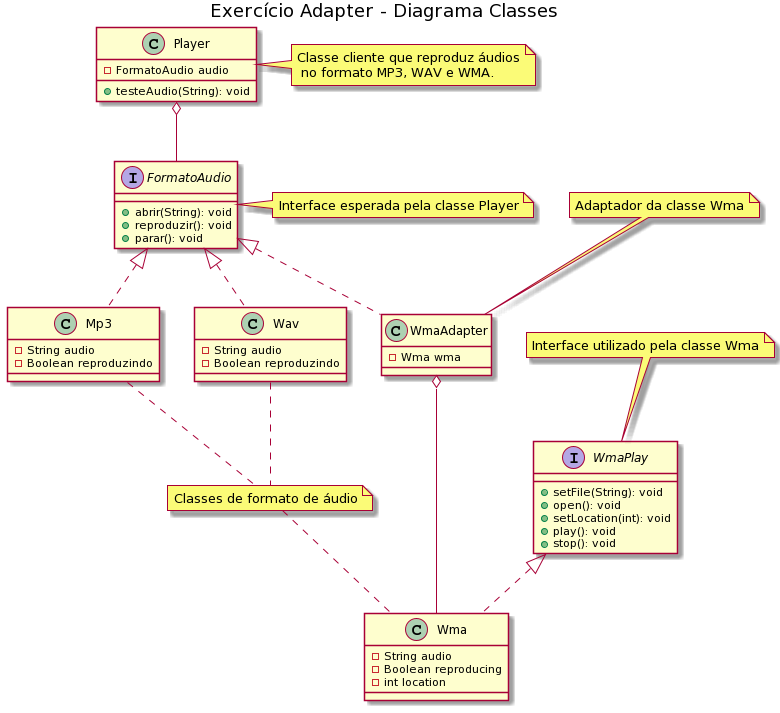
The PlantUML diagram Diagrama Classes.png in Thiago-Alexandre/ExerciciosAdapter, before a commit.
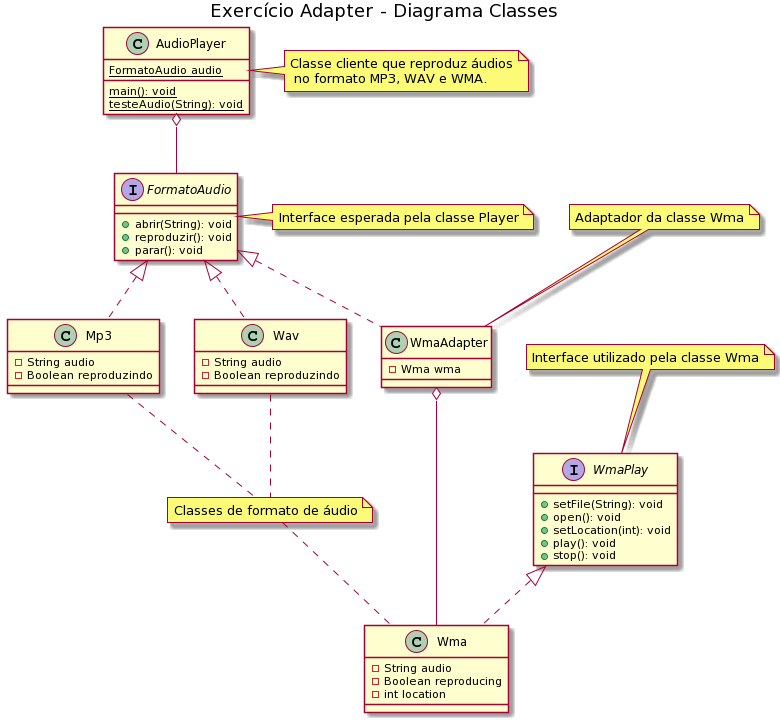
After the change.

Commit message:
Alterado diagrama de classes.

Change to the diagram source:
```diff
@@ -1,10 +1,11 @@
 @startuml
 title Exercício Adapter - Diagrama Classes
 
-class Player{
+class AudioPlayer{
 
-  - FormatoAudio audio
-  + testeAudio(String): void
+  {static} FormatoAudio audio
+  {static} main(): void
+  {static} testeAudio(String): void
 }
 
 class Mp3 {
@@ -48,14 +49,14 @@
   + stop(): void
 }
 
-Player o-- FormatoAudio
+AudioPlayer o-- FormatoAudio
 FormatoAudio <|.. Mp3
 FormatoAudio <|.. Wav
 FormatoAudio <|.. WmaAdapter
 WmaPlay <|.. Wma
 WmaAdapter o-- Wma
 
-note right of Player: Classe cliente que reproduz áudios\n no formato MP3, WAV e WMA.
+note right of AudioPlayer: Classe cliente que reproduz áudios\n no formato MP3, WAV e WMA.
 note right of FormatoAudio: Interface esperada pela classe Player
 note top of WmaAdapter: Adaptador da classe Wma
 note top of WmaPlay: Interface utilizado pela classe Wma
```
